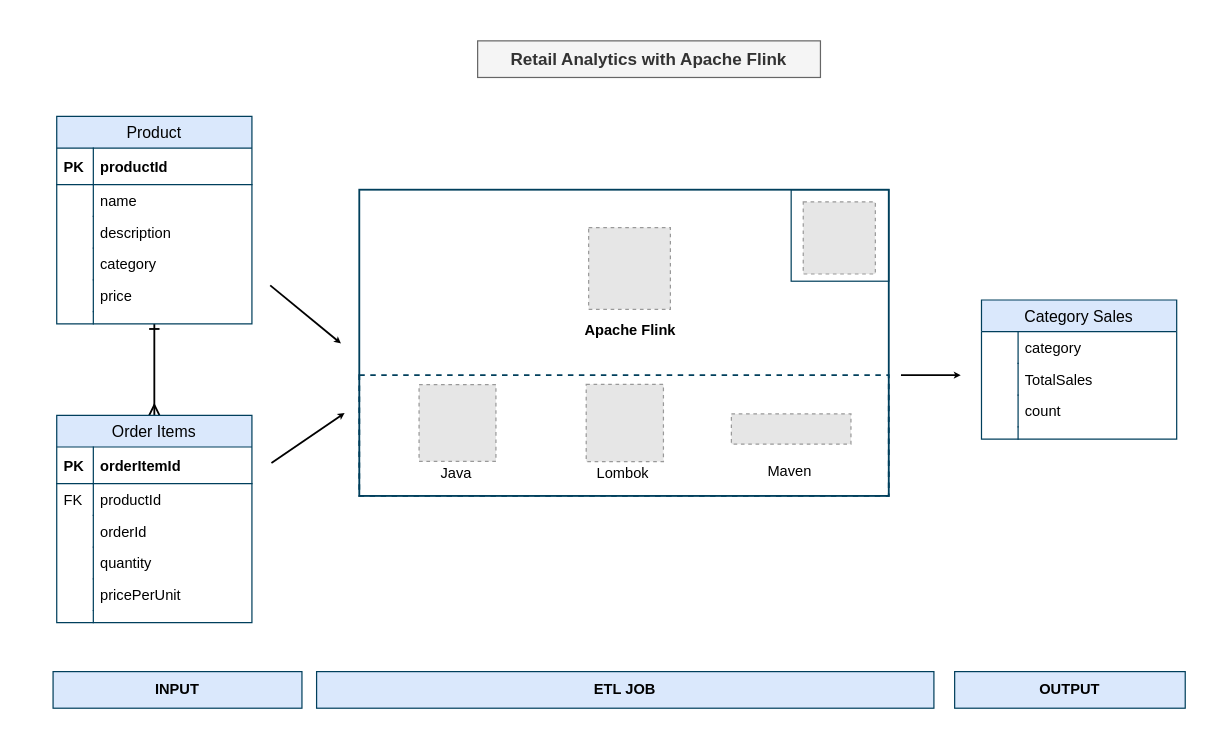
Above: Architecture/RetailAnalytics-ApacheFlink.drawio in yash-analytics/RetailAnalytics-ApacheFlink (draw.io), before the change. Source tidied: cells renumbered, new cells numbered last; positions are measured from the earlier drawing's top-left corner, leaving out a move shared by most shapes. Both pictures are drawn from the tidied source at 122%, with x=0, y=0 at pixel (21, 21). Pictures stored in the file or linked from it are replaced by grey dashed boxes.
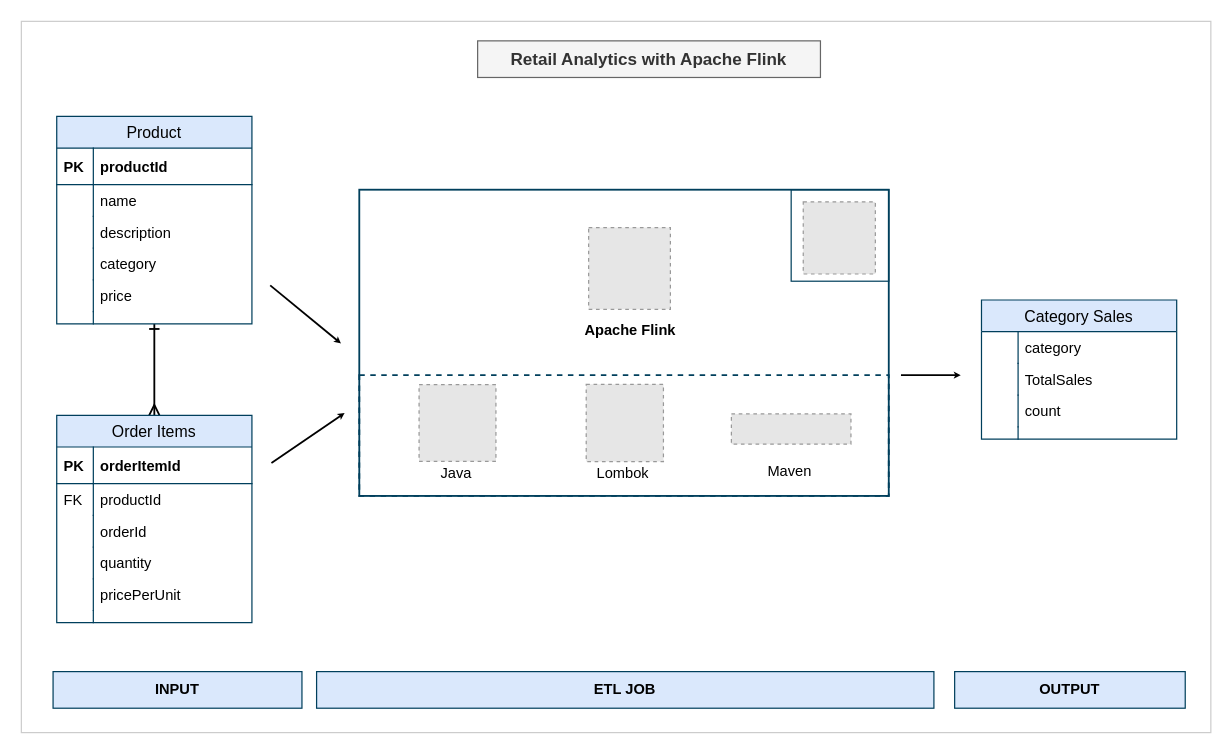
The same page after the edit.

The edit, as a diff of the source:
```diff
@@
-    <mxCell id="2" style="rounded=0;whiteSpace=wrap;html=1;fillColor=none;strokeColor=none;" parent="1" vertex="1">
+    <mxCell id="2" style="rounded=0;whiteSpace=wrap;html=1;fillColor=none;strokeColor=#CCCCCC;fontColor=#333333;" parent="1" vertex="1">
       <mxGeometry width="975" height="583" as="geometry" />
     </mxCell>
```
